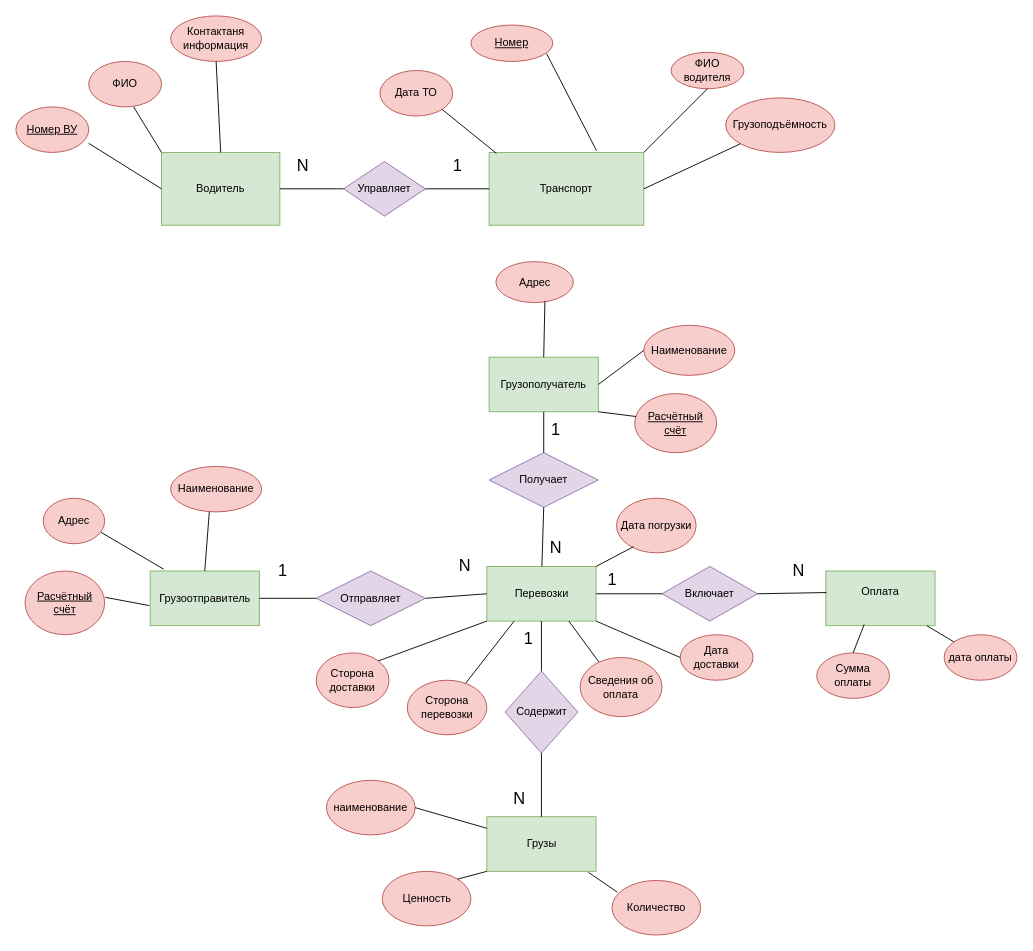
This is page "Большой вариант" (1 of 2) of Диаграмма Чена.drawio from alexej0000/Diagram, a draw.io file, before an edit. Source tidied: cells renumbered, new cells numbered last; positions are measured from the earlier drawing's top-left corner, leaving out a move shared by most shapes. Both pictures are drawn from the tidied source at 91%, with x=0, y=0 at pixel (15, 15).
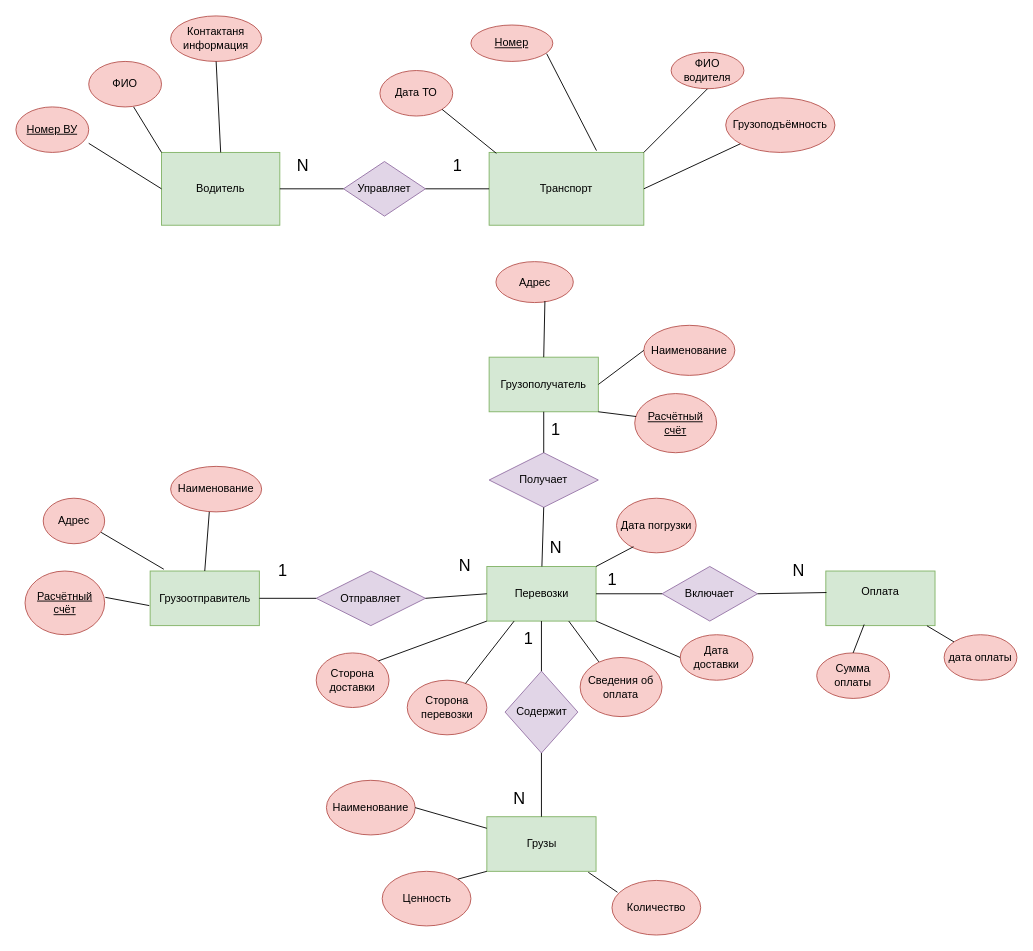
Above is the later version.

Diff of the diagram source:
```diff
@@
-    <mxCell id="73" value="наименование" style="ellipse;whiteSpace=wrap;html=1;fillColor=#f8cecc;strokeColor=#b85450;" parent="1" vertex="1">
+    <mxCell id="73" value="Наименование" style="ellipse;whiteSpace=wrap;html=1;fillColor=#f8cecc;strokeColor=#b85450;" parent="1" vertex="1">
       <mxGeometry x="341.2" y="840" width="97.5" height="60" as="geometry" />
     </mxCell>
```
